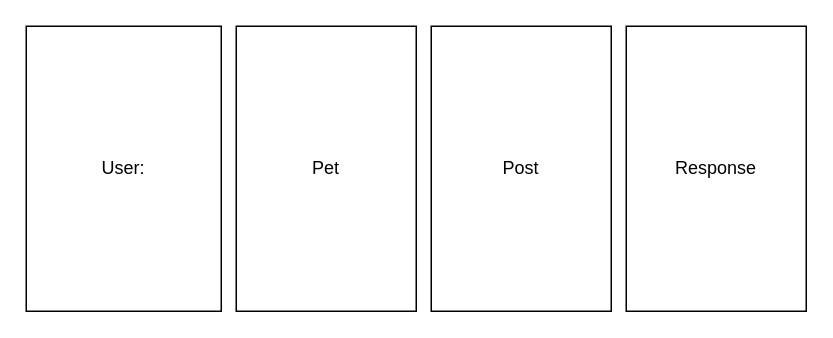
Earlier version of the draw.io diagram page "Page-2" (2 of 2) of .dio (eljayman/pet-feed). Source tidied: cells renumbered, new cells numbered last; positions are measured from the earlier drawing's top-left corner, leaving out a move shared by most shapes. Both pictures are drawn from the tidied source at 150%, with x=0, y=0 at pixel (26, 26).
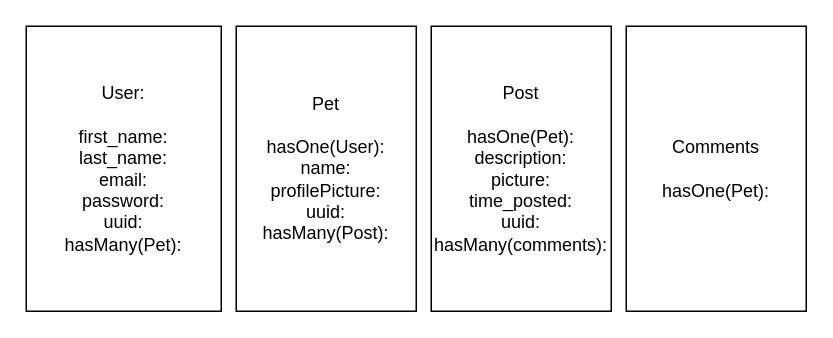
The same diagram, later.

Commit message (it also covers changes not shown here):
updated drawing file with user, pet, post, and comments models

Change to the diagram source:
```diff
@@
 <mxGraphModel>
   <root>
     <mxCell id="0" />
     <mxCell id="1" parent="0" />
-    <mxCell id="2" value="User:" style="whiteSpace=wrap;html=1;" parent="1" vertex="1">
+    <mxCell id="2" value="User:&lt;br&gt;&lt;br&gt;first_name:&lt;br&gt;last_name:&lt;br&gt;email:&lt;br&gt;password:&lt;br&gt;uuid:&lt;br&gt;hasMany(Pet):&lt;br&gt;" style="whiteSpace=wrap;html=1;" parent="1" vertex="1">
       <mxGeometry width="130" height="190" as="geometry" />
     </mxCell>
-    <mxCell id="3" value="Pet" style="whiteSpace=wrap;html=1;" parent="1" vertex="1">
+    <mxCell id="3" value="Pet&lt;br&gt;&lt;br&gt;hasOne(User):&lt;br&gt;name:&lt;br&gt;profilePicture:&lt;br&gt;uuid:&lt;br&gt;hasMany(Post):" style="whiteSpace=wrap;html=1;" parent="1" vertex="1">
       <mxGeometry x="140" width="120" height="190" as="geometry" />
     </mxCell>
-    <mxCell id="4" value="Post" style="whiteSpace=wrap;html=1;" parent="1" vertex="1">
+    <mxCell id="4" value="Post&lt;br&gt;&lt;br&gt;hasOne(Pet):&lt;br&gt;description:&lt;br&gt;picture:&lt;br&gt;time_posted:&lt;br&gt;uuid:&lt;br&gt;hasMany(comments):" style="whiteSpace=wrap;html=1;" parent="1" vertex="1">
       <mxGeometry x="270" width="120" height="190" as="geometry" />
     </mxCell>
-    <mxCell id="5" value="Response" style="rounded=0;whiteSpace=wrap;html=1;" parent="1" vertex="1">
+    <mxCell id="5" value="Comments&lt;br&gt;&lt;br&gt;hasOne(Pet):&lt;br&gt;" style="rounded=0;whiteSpace=wrap;html=1;" parent="1" vertex="1">
       <mxGeometry x="400" width="120" height="190" as="geometry" />
     </mxCell>
   </root>
 </mxGraphModel>
```
